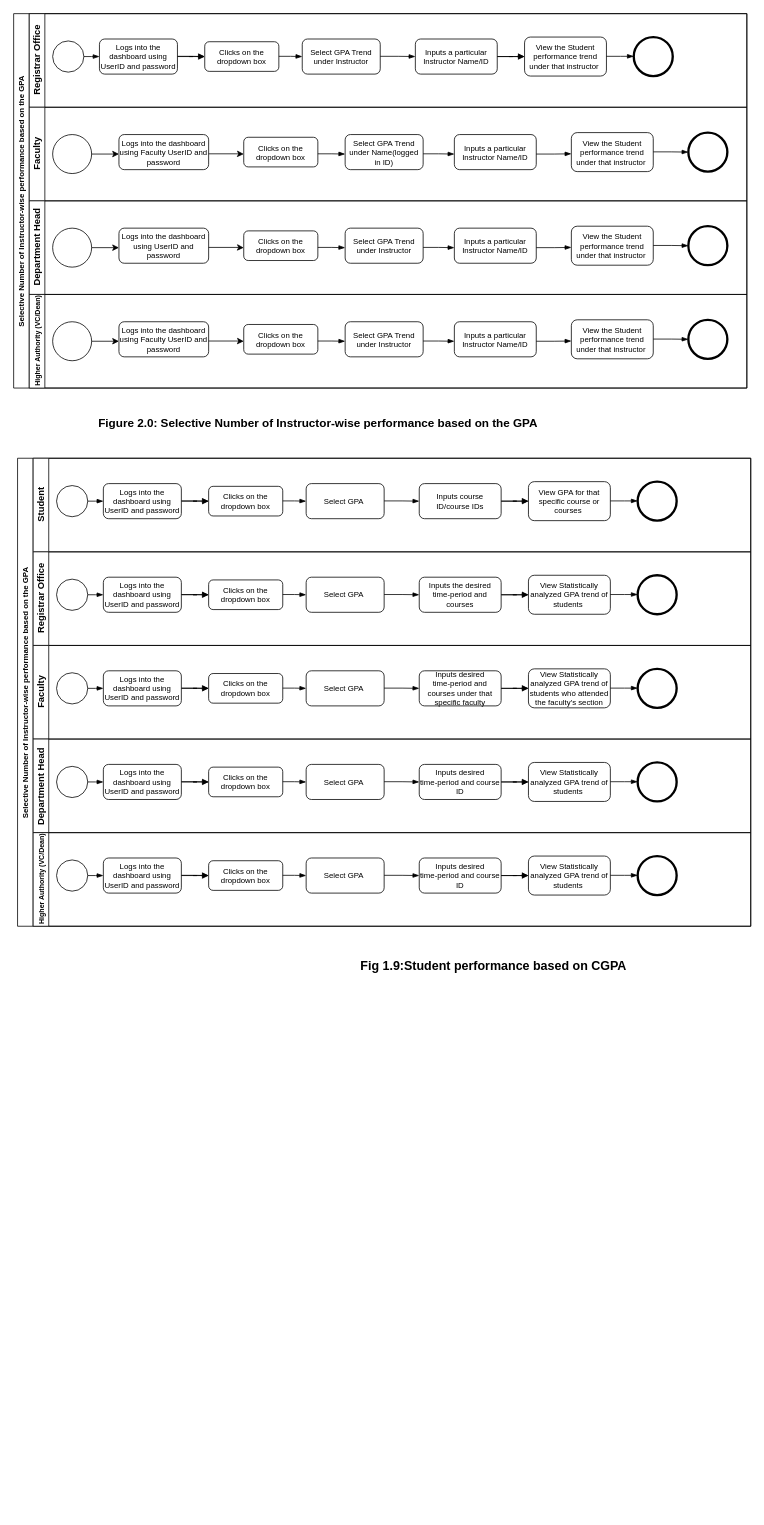
Before: Documentation/BPMN_ASIS.drawio in injamam00155/CSE303-sec-04-Group-03, a draw.io diagram. Source tidied: cells renumbered, new cells numbered last; positions are measured from the earlier drawing's top-left corner, leaving out a move shared by most shapes. Both pictures are drawn from the tidied source at 78%, with x=0, y=0 at pixel (13, 13).
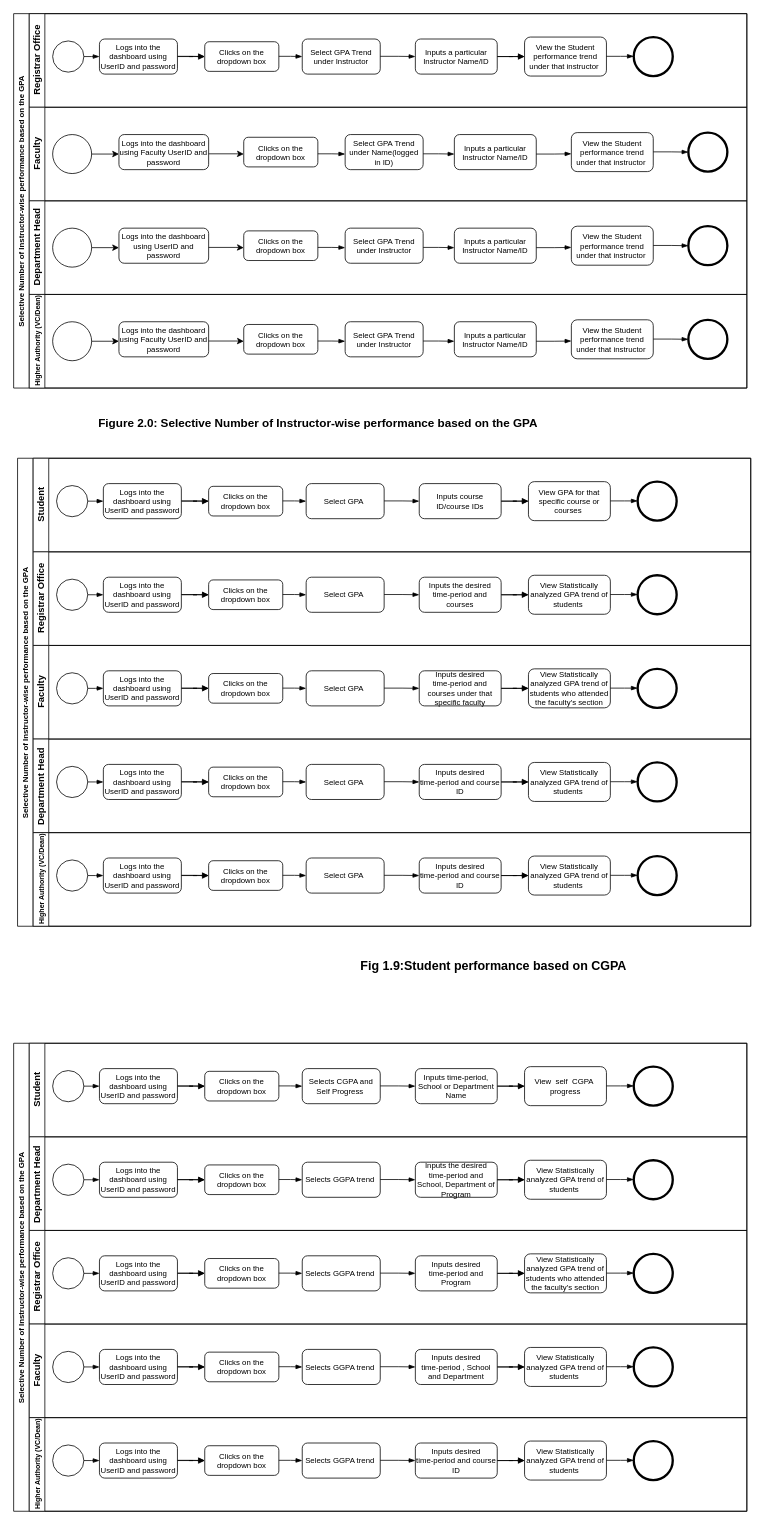
After the change.

The edit, as a diff of the source:
```diff
@@
+    <mxCell id="144" value="&lt;font style=&quot;font-size: 10px;&quot;&gt;Selective Number of Instructor-wise performance based on the GPA&amp;nbsp;&lt;/font&gt;" style="swimlane;html=1;horizontal=0;startSize=20;" parent="1" vertex="1">
+      <mxGeometry y="1320" width="940" height="600" as="geometry" />
+    </mxCell>
+    <mxCell id="145" value="Student" style="swimlane;html=1;startSize=20;horizontal=0;" parent="144" vertex="1">
+      <mxGeometry x="20" width="920" height="120" as="geometry" />
+    </mxCell>
+    <mxCell id="146" style="ellipse;whiteSpace=wrap;html=1;fontSize=10;" parent="145" vertex="1">
+      <mxGeometry x="30" y="35" width="40" height="40" as="geometry" />
+    </mxCell>
+    <mxCell id="147" style="edgeStyle=orthogonalEdgeStyle;rounded=0;jettySize=auto;html=1;fontSize=10;" parent="145" edge="1" source="148" target="149">
+      <mxGeometry relative="1" as="geometry" />
+    </mxCell>
+    <mxCell id="148" value="Logs into the dashboard using UserID and password" style="rounded=1;whiteSpace=wrap;html=1;fontSize=10;" parent="145" vertex="1">
+      <mxGeometry x="90" y="32.5" width="100" height="45" as="geometry" />
+    </mxCell>
+    <mxCell id="149" value="Clicks on the dropdown box" style="rounded=1;whiteSpace=wrap;html=1;fontSize=10;" parent="145" vertex="1">
+      <mxGeometry x="225" y="36" width="95" height="38" as="geometry" />
+    </mxCell>
+    <mxCell id="150" value="Selects CGPA and Self Progress&amp;nbsp;" style="rounded=1;whiteSpace=wrap;html=1;fontSize=10;" parent="145" vertex="1">
+      <mxGeometry x="350" y="32.5" width="100" height="45" as="geometry" />
+    </mxCell>
+    <mxCell id="151" style="edgeStyle=orthogonalEdgeStyle;rounded=0;jettySize=auto;html=1;fontSize=10;" parent="145" edge="1" source="152" target="153">
+      <mxGeometry relative="1" as="geometry" />
+    </mxCell>
+    <mxCell id="152" value="Inputs time-period, School or Department Name" style="rounded=1;whiteSpace=wrap;html=1;fontSize=10;" parent="145" vertex="1">
+      <mxGeometry x="495" y="32.5" width="105" height="45" as="geometry" />
+    </mxCell>
+    <mxCell id="153" value="View&amp;nbsp; self&amp;nbsp; CGPA&amp;nbsp; progress" style="rounded=1;whiteSpace=wrap;html=1;fontSize=10;" parent="145" vertex="1">
+      <mxGeometry x="635" y="30" width="105" height="50" as="geometry" />
+    </mxCell>
+    <mxCell id="154" style="shape=mxgraph.bpmn.event;html=1;verticalLabelPosition=bottom;labelBackgroundColor=#ffffff;verticalAlign=top;align=center;perimeter=ellipsePerimeter;outline=end;symbol=terminate2;fontSize=10;" parent="145" vertex="1">
+      <mxGeometry x="775" y="30" width="50" height="50" as="geometry" />
+    </mxCell>
+    <mxCell id="155" style="edgeStyle=elbowEdgeStyle;fontSize=12;html=1;endArrow=blockThin;endFill=1;rounded=0;exitX=1;exitY=0.5;exitDx=0;exitDy=0;entryX=0;entryY=0.5;entryDx=0;entryDy=0;" parent="145" edge="1" source="146" target="148">
+      <mxGeometry relative="1" as="geometry" />
+    </mxCell>
+    <mxCell id="156" style="edgeStyle=elbowEdgeStyle;fontSize=12;html=1;endArrow=blockThin;endFill=1;rounded=0;exitX=1;exitY=0.5;exitDx=0;exitDy=0;entryX=0;entryY=0.5;entryDx=0;entryDy=0;" parent="145" edge="1" target="149">
+      <mxGeometry relative="1" as="geometry">
+        <mxPoint x="190" y="54.7" as="sourcePoint" />
+      </mxGeometry>
+    </mxCell>
+    <mxCell id="157" style="edgeStyle=elbowEdgeStyle;fontSize=12;html=1;endArrow=blockThin;endFill=1;rounded=0;exitX=1;exitY=0.5;exitDx=0;exitDy=0;entryX=0;entryY=0.5;entryDx=0;entryDy=0;" parent="145" edge="1" target="150">
+      <mxGeometry relative="1" as="geometry">
+        <mxPoint x="320" y="54.7" as="sourcePoint" />
+      </mxGeometry>
+    </mxCell>
+    <mxCell id="158" style="edgeStyle=elbowEdgeStyle;fontSize=12;html=1;endArrow=blockThin;endFill=1;rounded=0;exitX=1;exitY=0.5;exitDx=0;exitDy=0;entryX=0;entryY=0.5;entryDx=0;entryDy=0;" parent="145" edge="1" target="152">
+      <mxGeometry relative="1" as="geometry">
+        <mxPoint x="450" y="54.7" as="sourcePoint" />
+      </mxGeometry>
+    </mxCell>
+    <mxCell id="159" style="edgeStyle=elbowEdgeStyle;fontSize=12;html=1;endArrow=blockThin;endFill=1;rounded=0;exitX=1;exitY=0.5;exitDx=0;exitDy=0;entryX=0;entryY=0.5;entryDx=0;entryDy=0;" parent="145" edge="1" source="152">
+      <mxGeometry relative="1" as="geometry">
+        <mxPoint x="635" y="55" as="targetPoint" />
+      </mxGeometry>
+    </mxCell>
+    <mxCell id="160" style="edgeStyle=elbowEdgeStyle;fontSize=12;html=1;endArrow=blockThin;endFill=1;rounded=0;exitX=1;exitY=0.5;exitDx=0;exitDy=0;entryX=0;entryY=0.5;entryDx=0;entryDy=0;" parent="145" edge="1">
+      <mxGeometry relative="1" as="geometry">
+        <mxPoint x="740" y="54.7" as="sourcePoint" />
+        <mxPoint x="775" y="54.7" as="targetPoint" />
+      </mxGeometry>
+    </mxCell>
+    <mxCell id="161" value="Department Head&amp;nbsp;" style="swimlane;html=1;startSize=20;horizontal=0;" parent="144" vertex="1">
+      <mxGeometry x="20" y="120" width="920" height="120" as="geometry" />
+    </mxCell>
+    <mxCell id="162" style="ellipse;whiteSpace=wrap;html=1;fontSize=10;" parent="161" vertex="1">
+      <mxGeometry x="30" y="35" width="40" height="40" as="geometry" />
+    </mxCell>
+    <mxCell id="163" style="edgeStyle=orthogonalEdgeStyle;rounded=0;jettySize=auto;html=1;fontSize=10;" parent="161" edge="1" source="164" target="165">
+      <mxGeometry relative="1" as="geometry" />
+    </mxCell>
+    <mxCell id="164" value="Logs into the dashboard using UserID and password" style="rounded=1;whiteSpace=wrap;html=1;fontSize=10;" parent="161" vertex="1">
+      <mxGeometry x="90" y="32.5" width="100" height="45" as="geometry" />
+    </mxCell>
+    <mxCell id="165" value="Clicks on the dropdown box" style="rounded=1;whiteSpace=wrap;html=1;fontSize=10;" parent="161" vertex="1">
+      <mxGeometry x="225" y="36" width="95" height="38" as="geometry" />
+    </mxCell>
+    <mxCell id="166" value="Selects GGPA trend&amp;nbsp;" style="rounded=1;whiteSpace=wrap;html=1;fontSize=10;" parent="161" vertex="1">
+      <mxGeometry x="350" y="32.5" width="100" height="45" as="geometry" />
+    </mxCell>
+    <mxCell id="167" style="edgeStyle=orthogonalEdgeStyle;rounded=0;jettySize=auto;html=1;fontSize=10;" parent="161" edge="1" source="168" target="169">
+      <mxGeometry relative="1" as="geometry" />
+    </mxCell>
+    <mxCell id="168" value="Inputs the desired time-period and School, Department of Program" style="rounded=1;whiteSpace=wrap;html=1;fontSize=10;" parent="161" vertex="1">
+      <mxGeometry x="495" y="32.5" width="105" height="45" as="geometry" />
+    </mxCell>
+    <mxCell id="169" value="View Statistically analyzed GPA trend of students&amp;nbsp;" style="rounded=1;whiteSpace=wrap;html=1;fontSize=10;" parent="161" vertex="1">
+      <mxGeometry x="635" y="30" width="105" height="50" as="geometry" />
+    </mxCell>
+    <mxCell id="170" style="shape=mxgraph.bpmn.event;html=1;verticalLabelPosition=bottom;labelBackgroundColor=#ffffff;verticalAlign=top;align=center;perimeter=ellipsePerimeter;outline=end;symbol=terminate2;fontSize=10;" parent="161" vertex="1">
+      <mxGeometry x="775" y="30" width="50" height="50" as="geometry" />
+    </mxCell>
+    <mxCell id="171" style="edgeStyle=elbowEdgeStyle;fontSize=12;html=1;endArrow=blockThin;endFill=1;rounded=0;exitX=1;exitY=0.5;exitDx=0;exitDy=0;entryX=0;entryY=0.5;entryDx=0;entryDy=0;" parent="161" edge="1" source="162" target="164">
+      <mxGeometry relative="1" as="geometry" />
+    </mxCell>
+    <mxCell id="172" style="edgeStyle=elbowEdgeStyle;fontSize=12;html=1;endArrow=blockThin;endFill=1;rounded=0;exitX=1;exitY=0.5;exitDx=0;exitDy=0;entryX=0;entryY=0.5;entryDx=0;entryDy=0;" parent="161" edge="1" target="165">
+      <mxGeometry relative="1" as="geometry">
+        <mxPoint x="190" y="54.7" as="sourcePoint" />
+      </mxGeometry>
+    </mxCell>
+    <mxCell id="173" style="edgeStyle=elbowEdgeStyle;fontSize=12;html=1;endArrow=blockThin;endFill=1;rounded=0;exitX=1;exitY=0.5;exitDx=0;exitDy=0;entryX=0;entryY=0.5;entryDx=0;entryDy=0;" parent="161" edge="1" target="166">
+      <mxGeometry relative="1" as="geometry">
+        <mxPoint x="320" y="54.7" as="sourcePoint" />
+      </mxGeometry>
+    </mxCell>
+    <mxCell id="174" style="edgeStyle=elbowEdgeStyle;fontSize=12;html=1;endArrow=blockThin;endFill=1;rounded=0;exitX=1;exitY=0.5;exitDx=0;exitDy=0;entryX=0;entryY=0.5;entryDx=0;entryDy=0;" parent="161" edge="1" target="168">
+      <mxGeometry relative="1" as="geometry">
+        <mxPoint x="450" y="54.7" as="sourcePoint" />
+      </mxGeometry>
+    </mxCell>
+    <mxCell id="175" style="edgeStyle=elbowEdgeStyle;fontSize=12;html=1;endArrow=blockThin;endFill=1;rounded=0;exitX=1;exitY=0.5;exitDx=0;exitDy=0;entryX=0;entryY=0.5;entryDx=0;entryDy=0;" parent="161" edge="1" source="168">
+      <mxGeometry relative="1" as="geometry">
+        <mxPoint x="635" y="55" as="targetPoint" />
+      </mxGeometry>
+    </mxCell>
+    <mxCell id="176" style="edgeStyle=elbowEdgeStyle;fontSize=12;html=1;endArrow=blockThin;endFill=1;rounded=0;exitX=1;exitY=0.5;exitDx=0;exitDy=0;entryX=0;entryY=0.5;entryDx=0;entryDy=0;" parent="161" edge="1">
+      <mxGeometry relative="1" as="geometry">
+        <mxPoint x="740" y="54.7" as="sourcePoint" />
+        <mxPoint x="775" y="54.7" as="targetPoint" />
+      </mxGeometry>
+    </mxCell>
+    <mxCell id="177" value="Registrar Office" style="swimlane;html=1;startSize=20;horizontal=0;" parent="144" vertex="1">
+      <mxGeometry x="20" y="240" width="920" height="120" as="geometry" />
+    </mxCell>
+    <mxCell id="178" style="ellipse;whiteSpace=wrap;html=1;fontSize=10;" parent="177" vertex="1">
+      <mxGeometry x="30" y="35" width="40" height="40" as="geometry" />
+    </mxCell>
+    <mxCell id="179" style="edgeStyle=orthogonalEdgeStyle;rounded=0;jettySize=auto;html=1;fontSize=10;" parent="177" edge="1" source="180" target="181">
+      <mxGeometry relative="1" as="geometry" />
+    </mxCell>
+    <mxCell id="180" value="Logs into the dashboard using UserID and password" style="rounded=1;whiteSpace=wrap;html=1;fontSize=10;" parent="177" vertex="1">
+      <mxGeometry x="90" y="32.5" width="100" height="45" as="geometry" />
+    </mxCell>
+    <mxCell id="181" value="Clicks on the dropdown box" style="rounded=1;whiteSpace=wrap;html=1;fontSize=10;" parent="177" vertex="1">
+      <mxGeometry x="225" y="36" width="95" height="38" as="geometry" />
+    </mxCell>
+    <mxCell id="182" value="Selects GGPA trend&amp;nbsp;" style="rounded=1;whiteSpace=wrap;html=1;fontSize=10;" parent="177" vertex="1">
+      <mxGeometry x="350" y="32.5" width="100" height="45" as="geometry" />
+    </mxCell>
+    <mxCell id="183" style="edgeStyle=orthogonalEdgeStyle;rounded=0;jettySize=auto;html=1;fontSize=10;" parent="177" edge="1" source="184" target="185">
+      <mxGeometry relative="1" as="geometry" />
+    </mxCell>
+    <mxCell id="184" value="Inputs desired &lt;br&gt;time-period and Program" style="rounded=1;whiteSpace=wrap;html=1;fontSize=10;" parent="177" vertex="1">
+      <mxGeometry x="495" y="32.5" width="105" height="45" as="geometry" />
+    </mxCell>
+    <mxCell id="185" value="View Statistically analyzed GPA trend of students who attended the faculty's section" style="rounded=1;whiteSpace=wrap;html=1;fontSize=10;" parent="177" vertex="1">
+      <mxGeometry x="635" y="30" width="105" height="50" as="geometry" />
+    </mxCell>
+    <mxCell id="186" style="shape=mxgraph.bpmn.event;html=1;verticalLabelPosition=bottom;labelBackgroundColor=#ffffff;verticalAlign=top;align=center;perimeter=ellipsePerimeter;outline=end;symbol=terminate2;fontSize=10;" parent="177" vertex="1">
+      <mxGeometry x="775" y="30" width="50" height="50" as="geometry" />
+    </mxCell>
+    <mxCell id="187" style="edgeStyle=elbowEdgeStyle;fontSize=12;html=1;endArrow=blockThin;endFill=1;rounded=0;exitX=1;exitY=0.5;exitDx=0;exitDy=0;entryX=0;entryY=0.5;entryDx=0;entryDy=0;" parent="177" edge="1" source="178" target="180">
+      <mxGeometry relative="1" as="geometry" />
+    </mxCell>
+    <mxCell id="188" style="edgeStyle=elbowEdgeStyle;fontSize=12;html=1;endArrow=blockThin;endFill=1;rounded=0;exitX=1;exitY=0.5;exitDx=0;exitDy=0;entryX=0;entryY=0.5;entryDx=0;entryDy=0;" parent="177" edge="1" target="181">
+      <mxGeometry relative="1" as="geometry">
+        <mxPoint x="190" y="54.7" as="sourcePoint" />
+      </mxGeometry>
+    </mxCell>
+    <mxCell id="189" style="edgeStyle=elbowEdgeStyle;fontSize=12;html=1;endArrow=blockThin;endFill=1;rounded=0;exitX=1;exitY=0.5;exitDx=0;exitDy=0;entryX=0;entryY=0.5;entryDx=0;entryDy=0;" parent="177" edge="1" target="182">
+      <mxGeometry relative="1" as="geometry">
+        <mxPoint x="320" y="54.7" as="sourcePoint" />
+      </mxGeometry>
+    </mxCell>
+    <mxCell id="190" style="edgeStyle=elbowEdgeStyle;fontSize=12;html=1;endArrow=blockThin;endFill=1;rounded=0;exitX=1;exitY=0.5;exitDx=0;exitDy=0;entryX=0;entryY=0.5;entryDx=0;entryDy=0;" parent="177" edge="1" target="184">
+      <mxGeometry relative="1" as="geometry">
+        <mxPoint x="450" y="54.7" as="sourcePoint" />
+      </mxGeometry>
+    </mxCell>
+    <mxCell id="191" style="edgeStyle=elbowEdgeStyle;fontSize=12;html=1;endArrow=blockThin;endFill=1;rounded=0;exitX=1;exitY=0.5;exitDx=0;exitDy=0;entryX=0;entryY=0.5;entryDx=0;entryDy=0;" parent="177" edge="1" source="184">
+      <mxGeometry relative="1" as="geometry">
+        <mxPoint x="635" y="55" as="targetPoint" />
+      </mxGeometry>
+    </mxCell>
+    <mxCell id="192" style="edgeStyle=elbowEdgeStyle;fontSize=12;html=1;endArrow=blockThin;endFill=1;rounded=0;exitX=1;exitY=0.5;exitDx=0;exitDy=0;entryX=0;entryY=0.5;entryDx=0;entryDy=0;" parent="177" edge="1">
+      <mxGeometry relative="1" as="geometry">
+        <mxPoint x="740" y="54.7" as="sourcePoint" />
+        <mxPoint x="775" y="54.7" as="targetPoint" />
+      </mxGeometry>
+    </mxCell>
+    <mxCell id="193" value="Faculty" style="swimlane;html=1;startSize=20;horizontal=0;" parent="144" vertex="1">
+      <mxGeometry x="20" y="360" width="920" height="120" as="geometry" />
+    </mxCell>
+    <mxCell id="194" style="ellipse;whiteSpace=wrap;html=1;fontSize=10;" parent="193" vertex="1">
+      <mxGeometry x="30" y="35" width="40" height="40" as="geometry" />
+    </mxCell>
+    <mxCell id="195" style="edgeStyle=orthogonalEdgeStyle;rounded=0;jettySize=auto;html=1;fontSize=10;" parent="193" edge="1" source="196" target="197">
+      <mxGeometry relative="1" as="geometry" />
+    </mxCell>
+    <mxCell id="196" value="Logs into the dashboard using UserID and password" style="rounded=1;whiteSpace=wrap;html=1;fontSize=10;" parent="193" vertex="1">
+      <mxGeometry x="90" y="32.5" width="100" height="45" as="geometry" />
+    </mxCell>
+    <mxCell id="197" value="Clicks on the dropdown box" style="rounded=1;whiteSpace=wrap;html=1;fontSize=10;" parent="193" vertex="1">
+      <mxGeometry x="225" y="36" width="95" height="38" as="geometry" />
+    </mxCell>
+    <mxCell id="198" value="Selects GGPA trend&amp;nbsp;" style="rounded=1;whiteSpace=wrap;html=1;fontSize=10;" parent="193" vertex="1">
+      <mxGeometry x="350" y="32.5" width="100" height="45" as="geometry" />
+    </mxCell>
+    <mxCell id="199" style="edgeStyle=orthogonalEdgeStyle;rounded=0;jettySize=auto;html=1;fontSize=10;" parent="193" edge="1" source="200" target="201">
+      <mxGeometry relative="1" as="geometry" />
+    </mxCell>
+    <mxCell id="200" value="Inputs desired &lt;br&gt;time-period , School and Department" style="rounded=1;whiteSpace=wrap;html=1;fontSize=10;" parent="193" vertex="1">
+      <mxGeometry x="495" y="32.5" width="105" height="45" as="geometry" />
+    </mxCell>
+    <mxCell id="201" value="View Statistically analyzed GPA trend of students&amp;nbsp;" style="rounded=1;whiteSpace=wrap;html=1;fontSize=10;" parent="193" vertex="1">
+      <mxGeometry x="635" y="30" width="105" height="50" as="geometry" />
+    </mxCell>
+    <mxCell id="202" style="shape=mxgraph.bpmn.event;html=1;verticalLabelPosition=bottom;labelBackgroundColor=#ffffff;verticalAlign=top;align=center;perimeter=ellipsePerimeter;outline=end;symbol=terminate2;fontSize=10;" parent="193" vertex="1">
+      <mxGeometry x="775" y="30" width="50" height="50" as="geometry" />
+    </mxCell>
+    <mxCell id="203" style="edgeStyle=elbowEdgeStyle;fontSize=12;html=1;endArrow=blockThin;endFill=1;rounded=0;exitX=1;exitY=0.5;exitDx=0;exitDy=0;entryX=0;entryY=0.5;entryDx=0;entryDy=0;" parent="193" edge="1" source="194" target="196">
+      <mxGeometry relative="1" as="geometry" />
+    </mxCell>
+    <mxCell id="204" style="edgeStyle=elbowEdgeStyle;fontSize=12;html=1;endArrow=blockThin;endFill=1;rounded=0;exitX=1;exitY=0.5;exitDx=0;exitDy=0;entryX=0;entryY=0.5;entryDx=0;entryDy=0;" parent="193" edge="1" target="197">
+      <mxGeometry relative="1" as="geometry">
+        <mxPoint x="190" y="54.7" as="sourcePoint" />
+      </mxGeometry>
+    </mxCell>
+    <mxCell id="205" style="edgeStyle=elbowEdgeStyle;fontSize=12;html=1;endArrow=blockThin;endFill=1;rounded=0;exitX=1;exitY=0.5;exitDx=0;exitDy=0;entryX=0;entryY=0.5;entryDx=0;entryDy=0;" parent="193" edge="1" target="198">
+      <mxGeometry relative="1" as="geometry">
+        <mxPoint x="320" y="54.7" as="sourcePoint" />
+      </mxGeometry>
+    </mxCell>
+    <mxCell id="206" style="edgeStyle=elbowEdgeStyle;fontSize=12;html=1;endArrow=blockThin;endFill=1;rounded=0;exitX=1;exitY=0.5;exitDx=0;exitDy=0;entryX=0;entryY=0.5;entryDx=0;entryDy=0;" parent="193" edge="1" target="200">
+      <mxGeometry relative="1" as="geometry">
+        <mxPoint x="450" y="54.7" as="sourcePoint" />
+      </mxGeometry>
+    </mxCell>
+    <mxCell id="207" style="edgeStyle=elbowEdgeStyle;fontSize=12;html=1;endArrow=blockThin;endFill=1;rounded=0;exitX=1;exitY=0.5;exitDx=0;exitDy=0;entryX=0;entryY=0.5;entryDx=0;entryDy=0;" parent="193" edge="1" source="200">
+      <mxGeometry relative="1" as="geometry">
+        <mxPoint x="635" y="55" as="targetPoint" />
+      </mxGeometry>
+    </mxCell>
+    <mxCell id="208" style="edgeStyle=elbowEdgeStyle;fontSize=12;html=1;endArrow=blockThin;endFill=1;rounded=0;exitX=1;exitY=0.5;exitDx=0;exitDy=0;entryX=0;entryY=0.5;entryDx=0;entryDy=0;" parent="193" edge="1">
+      <mxGeometry relative="1" as="geometry">
+        <mxPoint x="740" y="54.7" as="sourcePoint" />
+        <mxPoint x="775" y="54.7" as="targetPoint" />
+      </mxGeometry>
+    </mxCell>
+    <mxCell id="209" value="&lt;font style=&quot;font-size: 9px;&quot;&gt;Higher Authority (VC/Dean)&lt;/font&gt;" style="swimlane;html=1;startSize=20;horizontal=0;" parent="144" vertex="1">
+      <mxGeometry x="20" y="480" width="920" height="120" as="geometry" />
+    </mxCell>
+    <mxCell id="210" style="ellipse;whiteSpace=wrap;html=1;fontSize=10;" parent="209" vertex="1">
+      <mxGeometry x="30" y="35" width="40" height="40" as="geometry" />
+    </mxCell>
+    <mxCell id="211" style="edgeStyle=orthogonalEdgeStyle;rounded=0;jettySize=auto;html=1;fontSize=10;" parent="209" edge="1" source="212" target="213">
+      <mxGeometry relative="1" as="geometry" />
+    </mxCell>
+    <mxCell id="212" value="Logs into the dashboard using UserID and password" style="rounded=1;whiteSpace=wrap;html=1;fontSize=10;" parent="209" vertex="1">
+      <mxGeometry x="90" y="32.5" width="100" height="45" as="geometry" />
+    </mxCell>
+    <mxCell id="213" value="Clicks on the dropdown box" style="rounded=1;whiteSpace=wrap;html=1;fontSize=10;" parent="209" vertex="1">
+      <mxGeometry x="225" y="36" width="95" height="38" as="geometry" />
+    </mxCell>
+    <mxCell id="214" value="Selects GGPA trend&amp;nbsp;" style="rounded=1;whiteSpace=wrap;html=1;fontSize=10;" parent="209" vertex="1">
+      <mxGeometry x="350" y="32.5" width="100" height="45" as="geometry" />
+    </mxCell>
+    <mxCell id="215" style="edgeStyle=orthogonalEdgeStyle;rounded=0;jettySize=auto;html=1;fontSize=10;" parent="209" edge="1" source="216" target="217">
+      <mxGeometry relative="1" as="geometry" />
+    </mxCell>
+    <mxCell id="216" value="Inputs desired&lt;br&gt;time-period and course ID" style="rounded=1;whiteSpace=wrap;html=1;fontSize=10;" parent="209" vertex="1">
+      <mxGeometry x="495" y="32.5" width="105" height="45" as="geometry" />
+    </mxCell>
+    <mxCell id="217" value="View Statistically analyzed GPA trend of students&amp;nbsp;" style="rounded=1;whiteSpace=wrap;html=1;fontSize=10;" parent="209" vertex="1">
+      <mxGeometry x="635" y="30" width="105" height="50" as="geometry" />
+    </mxCell>
+    <mxCell id="218" style="shape=mxgraph.bpmn.event;html=1;verticalLabelPosition=bottom;labelBackgroundColor=#ffffff;verticalAlign=top;align=center;perimeter=ellipsePerimeter;outline=end;symbol=terminate2;fontSize=10;" parent="209" vertex="1">
+      <mxGeometry x="775" y="30" width="50" height="50" as="geometry" />
+    </mxCell>
+    <mxCell id="219" style="edgeStyle=elbowEdgeStyle;fontSize=12;html=1;endArrow=blockThin;endFill=1;rounded=0;exitX=1;exitY=0.5;exitDx=0;exitDy=0;entryX=0;entryY=0.5;entryDx=0;entryDy=0;" parent="209" edge="1" source="210" target="212">
+      <mxGeometry relative="1" as="geometry" />
+    </mxCell>
+    <mxCell id="220" style="edgeStyle=elbowEdgeStyle;fontSize=12;html=1;endArrow=blockThin;endFill=1;rounded=0;exitX=1;exitY=0.5;exitDx=0;exitDy=0;entryX=0;entryY=0.5;entryDx=0;entryDy=0;" parent="209" edge="1" target="213">
+      <mxGeometry relative="1" as="geometry">
+        <mxPoint x="190" y="54.7" as="sourcePoint" />
+      </mxGeometry>
+    </mxCell>
+    <mxCell id="221" style="edgeStyle=elbowEdgeStyle;fontSize=12;html=1;endArrow=blockThin;endFill=1;rounded=0;exitX=1;exitY=0.5;exitDx=0;exitDy=0;entryX=0;entryY=0.5;entryDx=0;entryDy=0;" parent="209" edge="1" target="214">
+      <mxGeometry relative="1" as="geometry">
+        <mxPoint x="320" y="54.7" as="sourcePoint" />
+      </mxGeometry>
+    </mxCell>
+    <mxCell id="222" style="edgeStyle=elbowEdgeStyle;fontSize=12;html=1;endArrow=blockThin;endFill=1;rounded=0;exitX=1;exitY=0.5;exitDx=0;exitDy=0;entryX=0;entryY=0.5;entryDx=0;entryDy=0;" parent="209" edge="1" target="216">
+      <mxGeometry relative="1" as="geometry">
+        <mxPoint x="450" y="54.7" as="sourcePoint" />
+      </mxGeometry>
+    </mxCell>
+    <mxCell id="223" style="edgeStyle=elbowEdgeStyle;fontSize=12;html=1;endArrow=blockThin;endFill=1;rounded=0;exitX=1;exitY=0.5;exitDx=0;exitDy=0;entryX=0;entryY=0.5;entryDx=0;entryDy=0;" parent="209" edge="1" source="216">
+      <mxGeometry relative="1" as="geometry">
+        <mxPoint x="635" y="55" as="targetPoint" />
+      </mxGeometry>
+    </mxCell>
+    <mxCell id="224" style="edgeStyle=elbowEdgeStyle;fontSize=12;html=1;endArrow=blockThin;endFill=1;rounded=0;exitX=1;exitY=0.5;exitDx=0;exitDy=0;entryX=0;entryY=0.5;entryDx=0;entryDy=0;" parent="209" edge="1">
+      <mxGeometry relative="1" as="geometry">
+        <mxPoint x="740" y="54.7" as="sourcePoint" />
+        <mxPoint x="775" y="54.7" as="targetPoint" />
+      </mxGeometry>
+    </mxCell>
```
